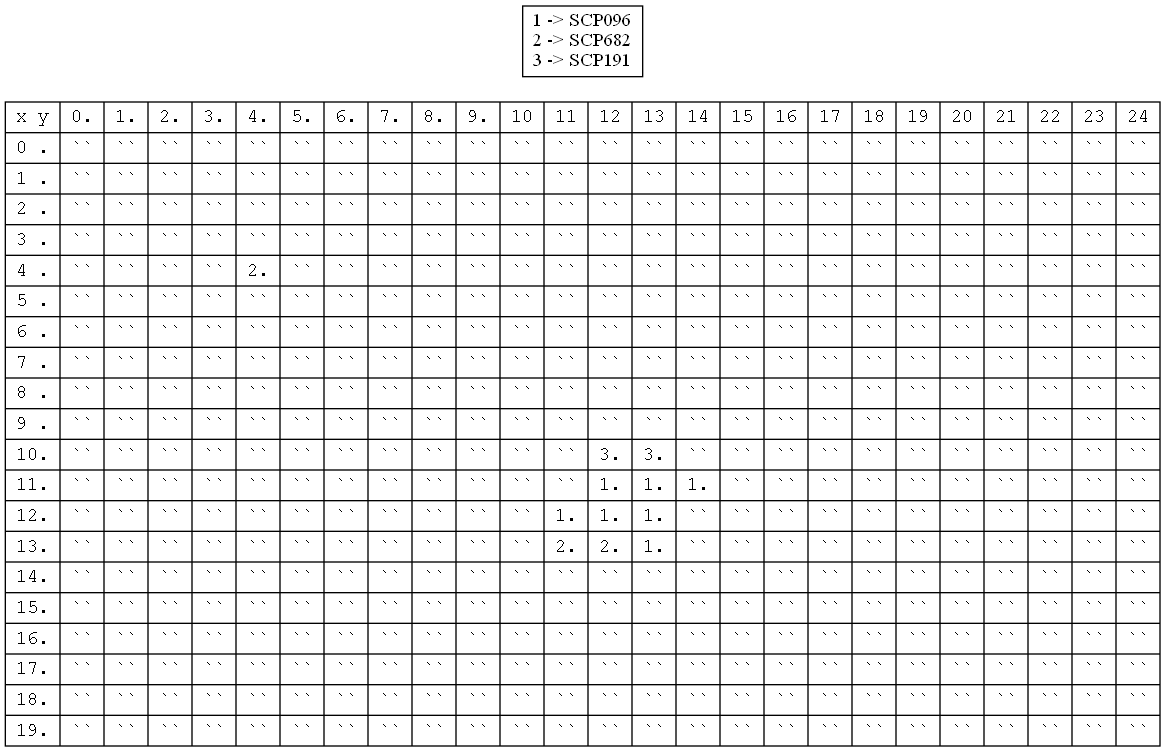
Before: muestra.png, a diagram exported from Graphviz (Lcastellanos5686/IPC2_Proyecto1_202103105). Its source is kept beside it as muestra.dot.
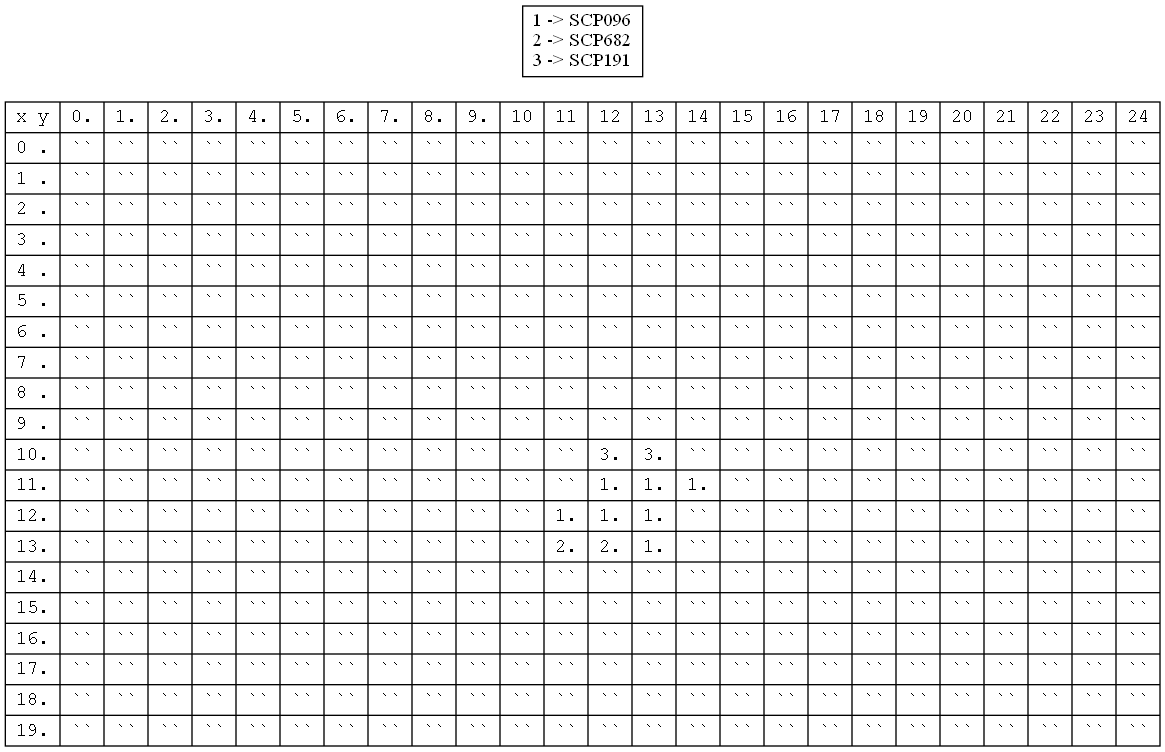
Above is the later version.

The edit, as a diff of the source:
```diff
@@ -7,7 +7,7 @@
 {1 .|``|``|``|``|``|``|``|``|``|``|``|``|``|``|``|``|``|``|``|``|``|``|``|``|``}|
 {2 .|``|``|``|``|``|``|``|``|``|``|``|``|``|``|``|``|``|``|``|``|``|``|``|``|``}|
 {3 .|``|``|``|``|``|``|``|``|``|``|``|``|``|``|``|``|``|``|``|``|``|``|``|``|``}|
-{4 .|``|``|``|``|2.|``|``|``|``|``|``|``|``|``|``|``|``|``|``|``|``|``|``|``|``}|
+{4 .|``|``|``|``|``|``|``|``|``|``|``|``|``|``|``|``|``|``|``|``|``|``|``|``|``}|
 {5 .|``|``|``|``|``|``|``|``|``|``|``|``|``|``|``|``|``|``|``|``|``|``|``|``|``}|
 {6 .|``|``|``|``|``|``|``|``|``|``|``|``|``|``|``|``|``|``|``|``|``|``|``|``|``}|
 {7 .|``|``|``|``|``|``|``|``|``|``|``|``|``|``|``|``|``|``|``|``|``|``|``|``|``}|
```
